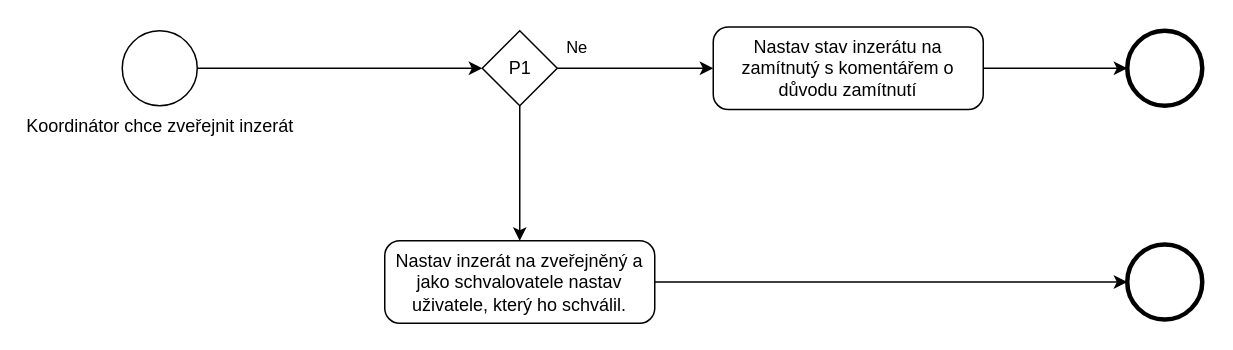
This is models/technology/rawfiles/processes/publish advertisement.drawio from opendatalabcz/Edigio, a draw.io file, before an edit. Source tidied: cells renumbered, new cells numbered last; positions are measured from the earlier drawing's top-left corner, leaving out a move shared by most shapes. Both pictures are drawn from the tidied source at 150%, with x=0, y=0 at pixel (122, 27).
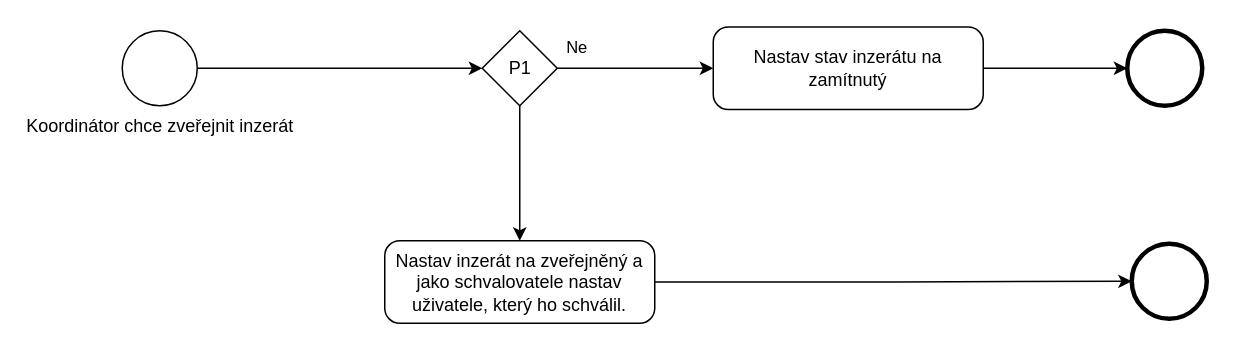
The same diagram, later.

The edit, as a diff of the source:
```diff
@@
 <mxGraphModel>
   <root>
     <mxCell id="0" />
     <mxCell id="1" parent="0" />
     <mxCell id="2" style="edgeStyle=orthogonalEdgeStyle;rounded=0;jettySize=auto;html=1;exitX=1;exitY=0.5;exitDx=0;exitDy=0;exitPerimeter=0;entryX=0;entryY=0.5;entryDx=0;entryDy=0;entryPerimeter=0;" parent="1" edge="1" source="3" target="7">
       <mxGeometry relative="1" as="geometry" />
     </mxCell>
     <mxCell id="3" value="Koordinátor chce zveřejnit inzerát" style="points=[[0.145,0.145,0],[0.5,0,0],[0.855,0.145,0],[1,0.5,0],[0.855,0.855,0],[0.5,1,0],[0.145,0.855,0],[0,0.5,0]];shape=mxgraph.bpmn.event;html=1;verticalLabelPosition=bottom;labelBackgroundColor=#ffffff;verticalAlign=top;align=center;perimeter=ellipsePerimeter;outlineConnect=0;outline=standard;symbol=general;" parent="1" vertex="1">
       <mxGeometry y="2" width="50" height="50" as="geometry" />
     </mxCell>
     <mxCell id="4" style="edgeStyle=orthogonalEdgeStyle;rounded=0;jettySize=auto;html=1;exitX=1;exitY=0.5;exitDx=0;exitDy=0;exitPerimeter=0;entryX=0;entryY=0.5;entryDx=0;entryDy=0;entryPerimeter=0;" parent="1" edge="1" source="7" target="9">
       <mxGeometry relative="1" as="geometry" />
     </mxCell>
     <mxCell id="5" value="Ne" style="edgeLabel;html=1;align=center;verticalAlign=middle;" parent="4" vertex="1">
       <mxGeometry x="-0.77" y="-4" relative="1" as="geometry">
         <mxPoint y="-19" as="offset" />
       </mxGeometry>
     </mxCell>
     <mxCell id="6" style="edgeStyle=orthogonalEdgeStyle;rounded=0;jettySize=auto;html=1;exitX=0.5;exitY=1;exitDx=0;exitDy=0;exitPerimeter=0;entryX=0.5;entryY=0;entryDx=0;entryDy=0;entryPerimeter=0;" parent="1" edge="1" source="7" target="12">
       <mxGeometry relative="1" as="geometry" />
     </mxCell>
     <mxCell id="7" value="P1" style="points=[[0.25,0.25,0],[0.5,0,0],[0.75,0.25,0],[1,0.5,0],[0.75,0.75,0],[0.5,1,0],[0.25,0.75,0],[0,0.5,0]];shape=mxgraph.bpmn.gateway2;html=1;verticalLabelPosition=middle;labelBackgroundColor=#ffffff;verticalAlign=middle;align=center;perimeter=rhombusPerimeter;outlineConnect=0;outline=none;symbol=none;labelPosition=center;" parent="1" vertex="1">
       <mxGeometry x="240" y="2" width="50" height="50" as="geometry" />
     </mxCell>
     <mxCell id="8" style="edgeStyle=orthogonalEdgeStyle;rounded=0;jettySize=auto;html=1;exitX=1;exitY=0.5;exitDx=0;exitDy=0;exitPerimeter=0;entryX=0;entryY=0.5;entryDx=0;entryDy=0;entryPerimeter=0;" parent="1" edge="1" source="9" target="10">
       <mxGeometry relative="1" as="geometry" />
     </mxCell>
-    <mxCell id="9" value="Nastav stav inzerátu na zamítnutý s komentářem o důvodu zamítnutí" style="points=[[0.25,0,0],[0.5,0,0],[0.75,0,0],[1,0.25,0],[1,0.5,0],[1,0.75,0],[0.75,1,0],[0.5,1,0],[0.25,1,0],[0,0.75,0],[0,0.5,0],[0,0.25,0]];shape=mxgraph.bpmn.task;whiteSpace=wrap;rectStyle=rounded;size=10;html=1;taskMarker=abstract;" parent="1" vertex="1">
+    <mxCell id="9" value="Nastav stav inzerátu na zamítnutý" style="points=[[0.25,0,0],[0.5,0,0],[0.75,0,0],[1,0.25,0],[1,0.5,0],[1,0.75,0],[0.75,1,0],[0.5,1,0],[0.25,1,0],[0,0.75,0],[0,0.5,0],[0,0.25,0]];shape=mxgraph.bpmn.task;whiteSpace=wrap;rectStyle=rounded;size=10;html=1;taskMarker=abstract;" parent="1" vertex="1">
       <mxGeometry x="394" y="-0.5" width="180" height="55" as="geometry" />
     </mxCell>
     <mxCell id="10" style="points=[[0.145,0.145,0],[0.5,0,0],[0.855,0.145,0],[1,0.5,0],[0.855,0.855,0],[0.5,1,0],[0.145,0.855,0],[0,0.5,0]];shape=mxgraph.bpmn.event;html=1;verticalLabelPosition=bottom;labelBackgroundColor=#ffffff;verticalAlign=top;align=center;perimeter=ellipsePerimeter;outlineConnect=0;outline=end;symbol=terminate2;" parent="1" vertex="1">
       <mxGeometry x="670" y="2" width="50" height="50" as="geometry" />
     </mxCell>
     <mxCell id="11" style="edgeStyle=orthogonalEdgeStyle;rounded=0;jettySize=auto;html=1;exitX=1;exitY=0.5;exitDx=0;exitDy=0;exitPerimeter=0;entryX=0;entryY=0.5;entryDx=0;entryDy=0;entryPerimeter=0;" parent="1" edge="1" source="12" target="14">
       <mxGeometry relative="1" as="geometry" />
     </mxCell>
     <mxCell id="12" value="Nastav inzerát na zveřejněný a jako schvalovatele nastav uživatele, který ho schválil." style="points=[[0.25,0,0],[0.5,0,0],[0.75,0,0],[1,0.25,0],[1,0.5,0],[1,0.75,0],[0.75,1,0],[0.5,1,0],[0.25,1,0],[0,0.75,0],[0,0.5,0],[0,0.25,0]];shape=mxgraph.bpmn.task;whiteSpace=wrap;rectStyle=rounded;size=10;html=1;taskMarker=abstract;" parent="1" vertex="1">
       <mxGeometry x="175" y="142" width="180" height="55" as="geometry" />
     </mxCell>
     <mxCell id="13" style="edgeStyle=orthogonalEdgeStyle;rounded=0;orthogonalLoop=1;jettySize=auto;html=1;exitX=0.5;exitY=1;exitDx=0;exitDy=0;exitPerimeter=0;" parent="1" edge="1" source="7" target="7">
       <mxGeometry relative="1" as="geometry" />
     </mxCell>
     <mxCell id="14" style="points=[[0.145,0.145,0],[0.5,0,0],[0.855,0.145,0],[1,0.5,0],[0.855,0.855,0],[0.5,1,0],[0.145,0.855,0],[0,0.5,0]];shape=mxgraph.bpmn.event;html=1;verticalLabelPosition=bottom;labelBackgroundColor=#ffffff;verticalAlign=top;align=center;perimeter=ellipsePerimeter;outlineConnect=0;outline=end;symbol=terminate2;" parent="1" vertex="1">
-      <mxGeometry x="670" y="144.5" width="50" height="50" as="geometry" />
+      <mxGeometry x="673" y="144" width="50" height="50" as="geometry" />
     </mxCell>
   </root>
 </mxGraphModel>
```
